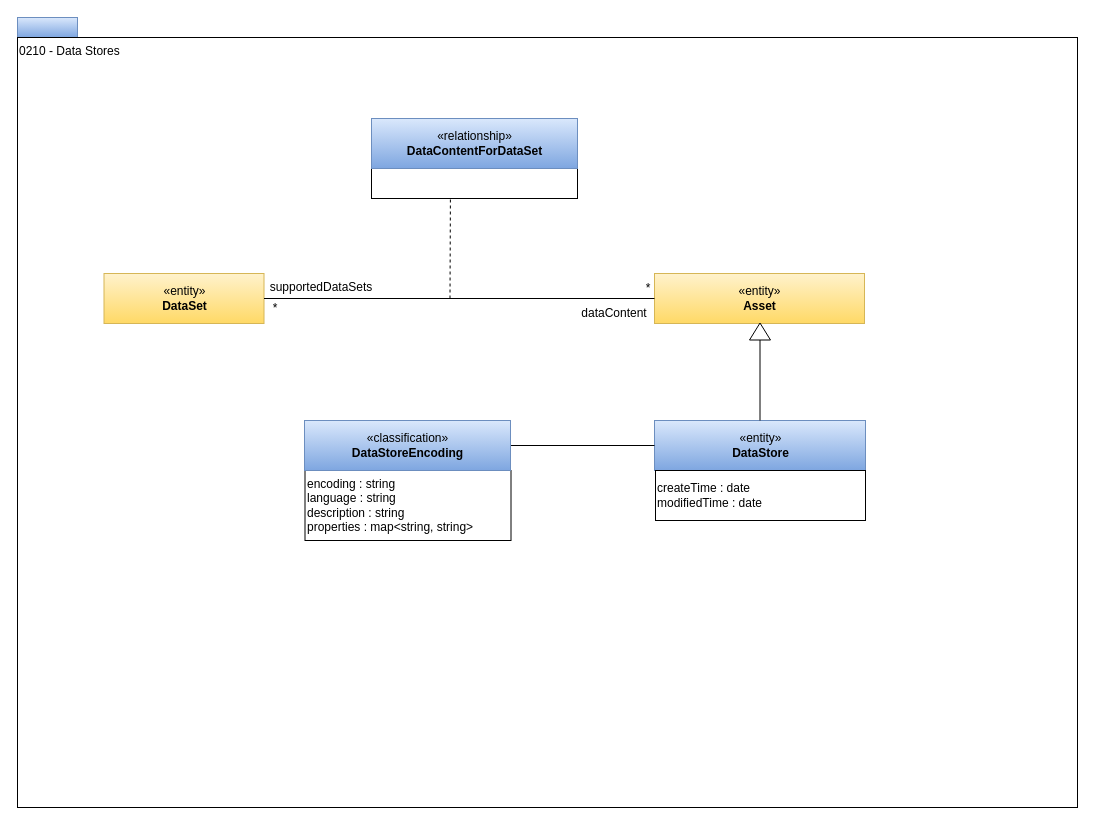
Before: page "0210-Data-Stores" (4 of 15) of open-metadata-publication/website/open-metadata-types/area-2-assets.drawio in odpi/egeria, a draw.io diagram. Source tidied: cells renumbered, new cells numbered last; positions are measured from the earlier drawing's top-left corner, leaving out a move shared by most shapes. Both pictures are drawn from the tidied source at 100%, with x=0, y=0 at pixel (17, 17).
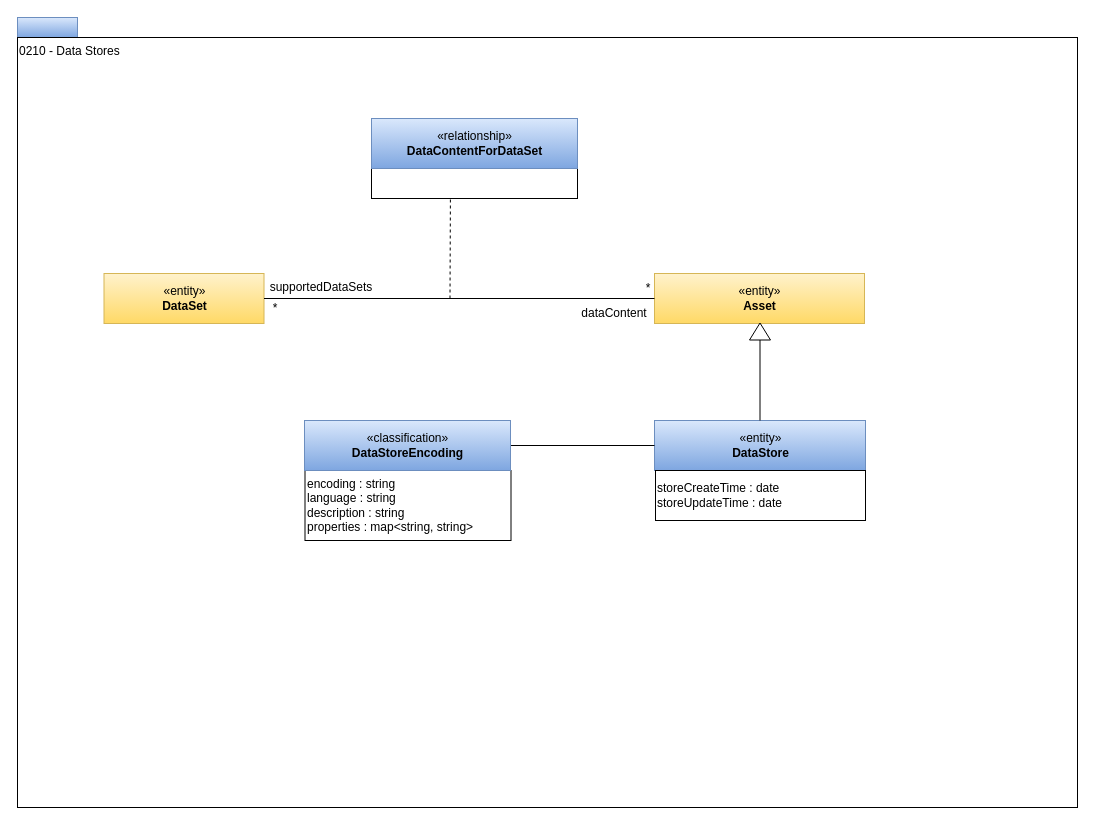
The same page after the edit.

What changed in the source:
```diff
@@
-    <mxCell id="20" value="createTime : date&lt;br&gt;modifiedTime : date&lt;br&gt;" style="rounded=0;whiteSpace=wrap;html=1;strokeColor=#000000;gradientColor=#ffffff;align=left;" parent="1" vertex="1">
+    <mxCell id="20" value="storeCreateTime : date&lt;br&gt;storeUpdateTime : date" style="rounded=0;whiteSpace=wrap;html=1;strokeColor=#000000;gradientColor=#ffffff;align=left;" parent="1" vertex="1">
       <mxGeometry x="638" y="453" width="210" height="50" as="geometry" />
     </mxCell>
```
